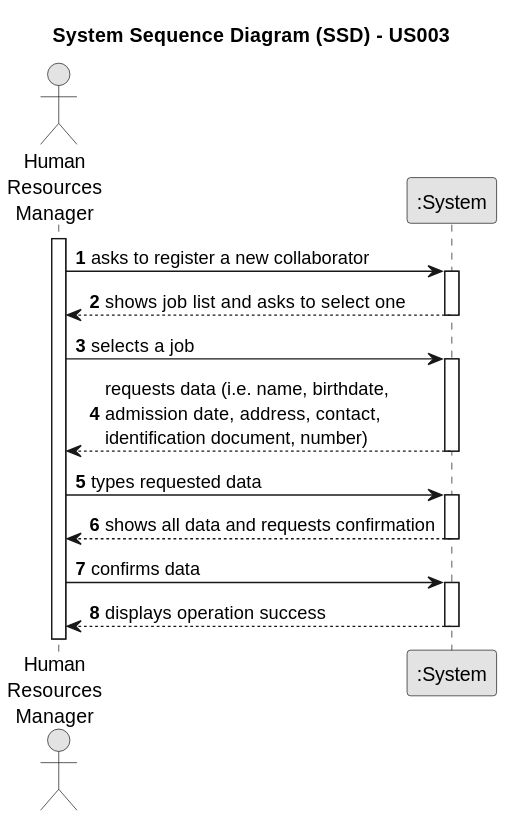
Departamento-de-Engenharia-Informatica/lei-24-s2-1dm-g132 keeps this PlantUML diagram as docs/sprintA/us003/01.requirements-engineering/svg/us003-system-sequence-diagram.svg. Above is the earlier version.
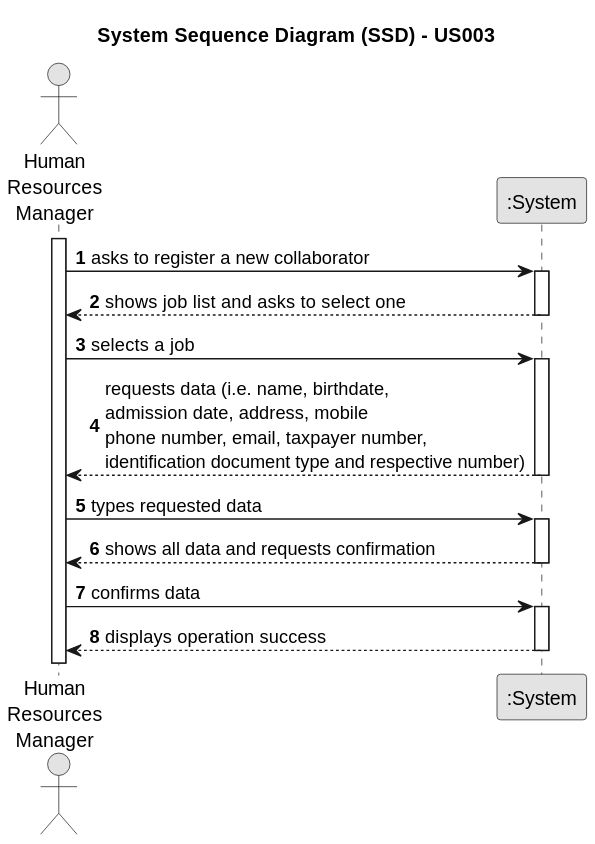
After the commit.

The edit, as a diff of the source:
```diff
@@ -21,7 +21,7 @@
     HRM -> System : selects a job
     activate System
 
-        System --> HRM : requests data (i.e. name, birthdate,\nadmission date, address, contact,\nidentification document, number)
+        System --> HRM : requests data (i.e. name, birthdate,\nadmission date, address, mobile\nphone number, email, taxpayer number,\nidentification document type and respective number)
     deactivate System
 
     HRM -> System : types requested data
```
